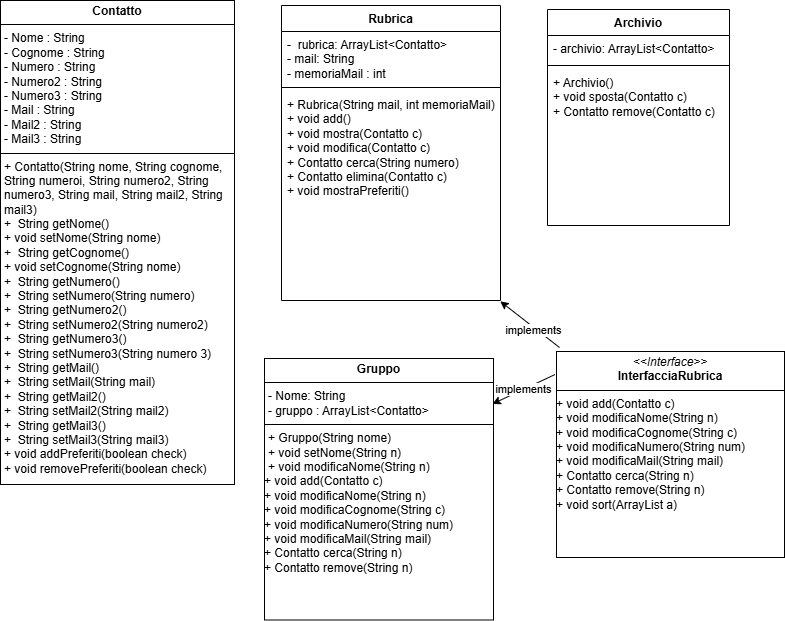
The draw.io diagram Design/ClassiPazze.drawio.png in VinSVinS00/Programmi-pazzi, before a commit. Source tidied: cells renumbered, new cells last; positions are measured from the earlier drawing's top-left corner, leaving out a move shared by most shapes.
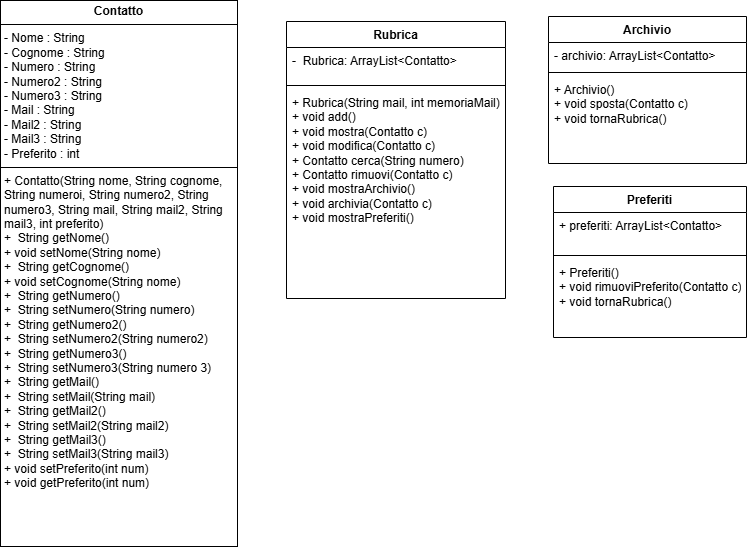
After the change.

Commit message:
Aggiornamento delle classi

aggiunta della classe preferiti, rimozione dell'interfaccia e dei gruppi

Change to the diagram source:
```diff
@@ -2,49 +2,44 @@
   <root>
     <mxCell id="0" />
     <mxCell id="1" parent="0" />
-    <mxCell id="2" value="&lt;p style=&quot;margin:0px;margin-top:4px;text-align:center;&quot;&gt;&lt;b&gt;Contatto&lt;/b&gt;&lt;/p&gt;&lt;hr size=&quot;1&quot; style=&quot;border-style:solid;&quot;&gt;&lt;p style=&quot;margin:0px;margin-left:4px;&quot;&gt;- Nome : String&lt;/p&gt;&lt;p style=&quot;margin:0px;margin-left:4px;&quot;&gt;- Cognome : String&lt;/p&gt;&lt;p style=&quot;margin:0px;margin-left:4px;&quot;&gt;- Numero : String&lt;/p&gt;&lt;p style=&quot;margin: 0px 0px 0px 4px;&quot;&gt;- Numero2 : String&lt;/p&gt;&lt;div&gt;&lt;p style=&quot;margin: 0px 0px 0px 4px;&quot;&gt;- Numero3 : String&lt;/p&gt;&lt;/div&gt;&lt;div&gt;&lt;p style=&quot;margin: 0px 0px 0px 4px;&quot;&gt;- Mail : String&lt;/p&gt;&lt;p style=&quot;margin: 0px 0px 0px 4px;&quot;&gt;&lt;span style=&quot;background-color: initial;&quot;&gt;- Mail2 : String&lt;/span&gt;&lt;/p&gt;&lt;/div&gt;&lt;p style=&quot;margin: 0px 0px 0px 4px;&quot;&gt;- Mail3 : String&lt;/p&gt;&lt;hr size=&quot;1&quot; style=&quot;border-style:solid;&quot;&gt;&lt;p style=&quot;margin:0px;margin-left:4px;&quot;&gt;+ Contatto(String nome, String cognome, String numeroi, String numero2, String numero3, String mail, String mail2, String mail3)&amp;nbsp;&lt;/p&gt;&lt;p style=&quot;margin:0px;margin-left:4px;&quot;&gt;+&amp;nbsp; String getNome()&lt;/p&gt;&lt;p style=&quot;margin:0px;margin-left:4px;&quot;&gt;+ void setNome(String nome)&lt;/p&gt;&lt;p style=&quot;margin: 0px 0px 0px 4px;&quot;&gt;+&amp;nbsp; String getCognome()&lt;/p&gt;&lt;p style=&quot;margin: 0px 0px 0px 4px;&quot;&gt;+ void setCognome(String nome)&lt;/p&gt;&lt;p style=&quot;margin: 0px 0px 0px 4px;&quot;&gt;+&amp;nbsp; String getNumero()&lt;/p&gt;&lt;p style=&quot;margin: 0px 0px 0px 4px;&quot;&gt;+&amp;nbsp; String setNumero(String numero)&lt;/p&gt;&lt;p style=&quot;margin: 0px 0px 0px 4px;&quot;&gt;+&amp;nbsp; String getNumero2()&lt;/p&gt;&lt;p style=&quot;margin: 0px 0px 0px 4px;&quot;&gt;+&amp;nbsp; String setNumero2(String numero2)&lt;/p&gt;&lt;p style=&quot;margin: 0px 0px 0px 4px;&quot;&gt;+&amp;nbsp; String getNumero3()&lt;/p&gt;&lt;p style=&quot;margin: 0px 0px 0px 4px;&quot;&gt;&lt;span style=&quot;background-color: initial;&quot;&gt;+&amp;nbsp; String setNumero3(String numero 3)&lt;/span&gt;&lt;/p&gt;&lt;p style=&quot;margin: 0px 0px 0px 4px;&quot;&gt;+&amp;nbsp; String getMail()&lt;/p&gt;&lt;p style=&quot;margin: 0px 0px 0px 4px;&quot;&gt;+&amp;nbsp; String setMail(String mail)&lt;/p&gt;&lt;p style=&quot;margin: 0px 0px 0px 4px;&quot;&gt;+&amp;nbsp; String getMail2()&lt;/p&gt;&lt;p style=&quot;margin: 0px 0px 0px 4px;&quot;&gt;+&amp;nbsp; String setMail2(String mail2)&lt;/p&gt;&lt;p style=&quot;margin: 0px 0px 0px 4px;&quot;&gt;+&amp;nbsp; String getMail3()&lt;/p&gt;&lt;p style=&quot;margin: 0px 0px 0px 4px;&quot;&gt;+&amp;nbsp; String setMail3(String mail3)&lt;/p&gt;&lt;p style=&quot;margin: 0px 0px 0px 4px;&quot;&gt;+ void addPreferiti(boolean check)&lt;/p&gt;&lt;p style=&quot;margin: 0px 0px 0px 4px;&quot;&gt;+ void removePreferiti(boolean check)&lt;/p&gt;&lt;p style=&quot;margin: 0px 0px 0px 4px;&quot;&gt;&lt;br&gt;&lt;/p&gt;" style="verticalAlign=top;align=left;overflow=fill;html=1;whiteSpace=wrap;" parent="1" vertex="1">
-      <mxGeometry width="234" height="484" as="geometry" />
+    <mxCell id="2" value="&lt;p style=&quot;margin:0px;margin-top:4px;text-align:center;&quot;&gt;&lt;b&gt;Contatto&lt;/b&gt;&lt;/p&gt;&lt;hr size=&quot;1&quot; style=&quot;border-style:solid;&quot;&gt;&lt;p style=&quot;margin:0px;margin-left:4px;&quot;&gt;- Nome : String&lt;/p&gt;&lt;p style=&quot;margin:0px;margin-left:4px;&quot;&gt;- Cognome : String&lt;/p&gt;&lt;p style=&quot;margin:0px;margin-left:4px;&quot;&gt;- Numero : String&lt;/p&gt;&lt;p style=&quot;margin: 0px 0px 0px 4px;&quot;&gt;- Numero2 : String&lt;/p&gt;&lt;div&gt;&lt;p style=&quot;margin: 0px 0px 0px 4px;&quot;&gt;- Numero3 : String&lt;/p&gt;&lt;/div&gt;&lt;div&gt;&lt;p style=&quot;margin: 0px 0px 0px 4px;&quot;&gt;- Mail : String&lt;/p&gt;&lt;p style=&quot;margin: 0px 0px 0px 4px;&quot;&gt;&lt;span style=&quot;background-color: initial;&quot;&gt;- Mail2 : String&lt;/span&gt;&lt;/p&gt;&lt;/div&gt;&lt;p style=&quot;margin: 0px 0px 0px 4px;&quot;&gt;- Mail3 : String&lt;/p&gt;&lt;p style=&quot;margin: 0px 0px 0px 4px;&quot;&gt;- Preferito : int&lt;/p&gt;&lt;hr size=&quot;1&quot; style=&quot;border-style:solid;&quot;&gt;&lt;p style=&quot;margin:0px;margin-left:4px;&quot;&gt;+ Contatto(String nome, String cognome, String numeroi, String numero2, String numero3, String mail, String mail2, String mail3, int preferito)&amp;nbsp;&lt;/p&gt;&lt;p style=&quot;margin:0px;margin-left:4px;&quot;&gt;+&amp;nbsp; String getNome()&lt;/p&gt;&lt;p style=&quot;margin:0px;margin-left:4px;&quot;&gt;+ void setNome(String nome)&lt;/p&gt;&lt;p style=&quot;margin: 0px 0px 0px 4px;&quot;&gt;+&amp;nbsp; String getCognome()&lt;/p&gt;&lt;p style=&quot;margin: 0px 0px 0px 4px;&quot;&gt;+ void setCognome(String nome)&lt;/p&gt;&lt;p style=&quot;margin: 0px 0px 0px 4px;&quot;&gt;+&amp;nbsp; String getNumero()&lt;/p&gt;&lt;p style=&quot;margin: 0px 0px 0px 4px;&quot;&gt;+&amp;nbsp; String setNumero(String numero)&lt;/p&gt;&lt;p style=&quot;margin: 0px 0px 0px 4px;&quot;&gt;+&amp;nbsp; String getNumero2()&lt;/p&gt;&lt;p style=&quot;margin: 0px 0px 0px 4px;&quot;&gt;+&amp;nbsp; String setNumero2(String numero2)&lt;/p&gt;&lt;p style=&quot;margin: 0px 0px 0px 4px;&quot;&gt;+&amp;nbsp; String getNumero3()&lt;/p&gt;&lt;p style=&quot;margin: 0px 0px 0px 4px;&quot;&gt;&lt;span style=&quot;background-color: initial;&quot;&gt;+&amp;nbsp; String setNumero3(String numero 3)&lt;/span&gt;&lt;/p&gt;&lt;p style=&quot;margin: 0px 0px 0px 4px;&quot;&gt;+&amp;nbsp; String getMail()&lt;/p&gt;&lt;p style=&quot;margin: 0px 0px 0px 4px;&quot;&gt;+&amp;nbsp; String setMail(String mail)&lt;/p&gt;&lt;p style=&quot;margin: 0px 0px 0px 4px;&quot;&gt;+&amp;nbsp; String getMail2()&lt;/p&gt;&lt;p style=&quot;margin: 0px 0px 0px 4px;&quot;&gt;+&amp;nbsp; String setMail2(String mail2)&lt;/p&gt;&lt;p style=&quot;margin: 0px 0px 0px 4px;&quot;&gt;+&amp;nbsp; String getMail3()&lt;/p&gt;&lt;p style=&quot;margin: 0px 0px 0px 4px;&quot;&gt;+&amp;nbsp; String setMail3(String mail3)&lt;/p&gt;&lt;p style=&quot;margin: 0px 0px 0px 4px;&quot;&gt;+ void setPreferito(int num)&lt;/p&gt;&lt;p style=&quot;margin: 0px 0px 0px 4px;&quot;&gt;+ void getPreferito(int num)&lt;/p&gt;&lt;p style=&quot;margin: 0px 0px 0px 4px;&quot;&gt;&lt;br&gt;&lt;/p&gt;" style="verticalAlign=top;align=left;overflow=fill;html=1;whiteSpace=wrap;" parent="1" vertex="1">
+      <mxGeometry x="-3" width="237" height="546" as="geometry" />
     </mxCell>
     <mxCell id="3" value="Rubrica" style="swimlane;fontStyle=1;align=center;verticalAlign=top;horizontal=1;startSize=26;whiteSpace=wrap;html=1;" parent="1" vertex="1">
-      <mxGeometry x="281" y="5" width="219" height="295" as="geometry" />
+      <mxGeometry x="283" y="21" width="219" height="277" as="geometry" />
     </mxCell>
-    <mxCell id="4" value="-&amp;nbsp; rubrica: ArrayList&amp;lt;Contatto&amp;gt;&lt;div&gt;- mail: String&lt;/div&gt;&lt;div&gt;- memoriaMail : int&lt;br&gt;&lt;div&gt;&lt;div&gt;&lt;br&gt;&lt;/div&gt;&lt;/div&gt;&lt;/div&gt;" style="text;strokeColor=none;fillColor=none;align=left;verticalAlign=top;spacingLeft=4;spacingRight=4;overflow=hidden;whiteSpace=wrap;html=1;" parent="3" vertex="1">
-      <mxGeometry y="26" width="219" height="52" as="geometry" />
+    <mxCell id="4" value="-&amp;nbsp; Rubrica: ArrayList&amp;lt;Contatto&amp;gt;&lt;div&gt;&lt;div&gt;&lt;div&gt;&lt;br&gt;&lt;/div&gt;&lt;/div&gt;&lt;/div&gt;" style="text;strokeColor=none;fillColor=none;align=left;verticalAlign=top;spacingLeft=4;spacingRight=4;overflow=hidden;whiteSpace=wrap;html=1;" parent="3" vertex="1">
+      <mxGeometry y="26" width="219" height="34" as="geometry" />
     </mxCell>
     <mxCell id="5" style="line;strokeWidth=1;fillColor=none;align=left;verticalAlign=middle;spacingTop=-1;spacingLeft=3;spacingRight=3;labelPosition=right;strokeColor=inherit;" parent="3" vertex="1">
-      <mxGeometry y="78" width="219" height="8" as="geometry" />
+      <mxGeometry y="60" width="219" height="8" as="geometry" />
     </mxCell>
-    <mxCell id="6" value="&lt;div&gt;+ Rubrica(String mail, int memoriaMail)&lt;/div&gt;&lt;div&gt;&lt;div&gt;+ void add()&lt;/div&gt;&lt;/div&gt;&lt;div&gt;+ void mostra(Contatto c)&lt;/div&gt;&lt;div&gt;+ void modifica(Contatto c)&lt;/div&gt;&lt;div&gt;+ Contatto cerca(String numero)&lt;/div&gt;&lt;div&gt;+ Contatto elimina(Contatto c)&lt;/div&gt;&lt;div&gt;+ void mostraPreferiti()&lt;/div&gt;" style="text;strokeColor=none;fillColor=none;align=left;verticalAlign=top;spacingLeft=4;spacingRight=4;overflow=hidden;points=[[0,0.5],[1,0.5]];portConstraint=eastwest;whiteSpace=wrap;html=1;" parent="3" vertex="1">
-      <mxGeometry y="86" width="219" height="209" as="geometry" />
+    <mxCell id="6" value="&lt;div&gt;+ Rubrica(String mail, int memoriaMail)&lt;/div&gt;&lt;div&gt;&lt;div&gt;+ void add()&lt;/div&gt;&lt;/div&gt;&lt;div&gt;+ void mostra(Contatto c)&lt;/div&gt;&lt;div&gt;+ void modifica(Contatto c)&lt;/div&gt;&lt;div&gt;+ Contatto cerca(String numero)&lt;/div&gt;&lt;div&gt;+ Contatto rimuovi(Contatto c)&lt;/div&gt;&lt;div&gt;+ void mostraArchivio()&lt;/div&gt;&lt;div&gt;+ void archivia(Contatto c)&lt;/div&gt;&lt;div&gt;+ void mostraPreferiti()&lt;/div&gt;" style="text;strokeColor=none;fillColor=none;align=left;verticalAlign=top;spacingLeft=4;spacingRight=4;overflow=hidden;points=[[0,0.5],[1,0.5]];portConstraint=eastwest;whiteSpace=wrap;html=1;" parent="3" vertex="1">
+      <mxGeometry y="68" width="219" height="209" as="geometry" />
     </mxCell>
     <mxCell id="7" value="Archivio" style="swimlane;fontStyle=1;align=center;verticalAlign=top;horizontal=1;startSize=26;whiteSpace=wrap;html=1;" parent="1" vertex="1">
-      <mxGeometry x="547" y="9" width="182" height="216" as="geometry" />
+      <mxGeometry x="545" y="16" width="198" height="147" as="geometry" />
     </mxCell>
     <mxCell id="8" value="- archivio: ArrayList&amp;lt;Contatto&amp;gt;" style="text;strokeColor=none;fillColor=none;align=left;verticalAlign=top;spacingLeft=4;spacingRight=4;overflow=hidden;whiteSpace=wrap;html=1;" parent="7" vertex="1">
-      <mxGeometry y="26" width="182" height="26" as="geometry" />
+      <mxGeometry y="26" width="198" height="26" as="geometry" />
     </mxCell>
     <mxCell id="9" style="line;strokeWidth=1;fillColor=none;align=left;verticalAlign=middle;spacingTop=-1;spacingLeft=3;spacingRight=3;labelPosition=right;strokeColor=inherit;" parent="7" vertex="1">
-      <mxGeometry y="52" width="182" height="8" as="geometry" />
+      <mxGeometry y="52" width="198" height="8" as="geometry" />
     </mxCell>
-    <mxCell id="10" value="+ Archivio()&lt;div&gt;+ void sposta(Contatto c)&lt;/div&gt;&lt;div&gt;+ Contatto remove(Contatto c)&lt;/div&gt;" style="text;strokeColor=none;fillColor=none;align=left;verticalAlign=top;spacingLeft=4;spacingRight=4;overflow=hidden;whiteSpace=wrap;html=1;" parent="7" vertex="1">
-      <mxGeometry y="60" width="182" height="156" as="geometry" />
+    <mxCell id="10" value="+ Archivio()&lt;div&gt;+ void sposta(Contatto c)&lt;/div&gt;&lt;div&gt;+ void tornaRubrica()&lt;/div&gt;" style="text;strokeColor=none;fillColor=none;align=left;verticalAlign=top;spacingLeft=4;spacingRight=4;overflow=hidden;whiteSpace=wrap;html=1;" parent="7" vertex="1">
+      <mxGeometry y="60" width="198" height="87" as="geometry" />
     </mxCell>
-    <mxCell id="11" value="&lt;p style=&quot;margin:0px;margin-top:4px;text-align:center;&quot;&gt;&lt;b&gt;Gruppo&lt;/b&gt;&lt;/p&gt;&lt;hr size=&quot;1&quot; style=&quot;border-style:solid;&quot;&gt;&lt;p style=&quot;margin:0px;margin-left:4px;&quot;&gt;- Nome: String&lt;/p&gt;&lt;p style=&quot;margin:0px;margin-left:4px;&quot;&gt;- gruppo : ArrayList&amp;lt;Contatto&amp;gt;&lt;/p&gt;&lt;hr size=&quot;1&quot; style=&quot;border-style:solid;&quot;&gt;&lt;p style=&quot;margin:0px;margin-left:4px;&quot;&gt;+ Gruppo(String nome)&lt;/p&gt;&lt;p style=&quot;margin:0px;margin-left:4px;&quot;&gt;+ void setNome(String n)&lt;/p&gt;&lt;p style=&quot;margin:0px;margin-left:4px;&quot;&gt;+ void modificaNome(String n)&lt;/p&gt;&lt;div&gt;&lt;span style=&quot;background-color: initial;&quot;&gt;+ void add(Contatto c)&lt;/span&gt;&lt;/div&gt;&lt;div&gt;+ void modificaNome(String n)&lt;/div&gt;&lt;div&gt;+ void modificaCognome(String c)&lt;/div&gt;&lt;div&gt;+ void modificaNumero(String num)&lt;/div&gt;&lt;div&gt;+ void modificaMail(String mail)&lt;/div&gt;&lt;div&gt;+ Contatto cerca(String n)&lt;/div&gt;&lt;div&gt;+ Contatto remove(String n)&lt;/div&gt;" style="verticalAlign=top;align=left;overflow=fill;html=1;whiteSpace=wrap;" parent="1" vertex="1">
-      <mxGeometry x="264" y="358" width="229" height="261.5" as="geometry" />
-    </mxCell>
-    <mxCell id="12" value="&lt;p style=&quot;margin:0px;margin-top:4px;text-align:center;&quot;&gt;&lt;i&gt;&amp;lt;&amp;lt;Interface&amp;gt;&amp;gt;&lt;/i&gt;&lt;br&gt;&lt;b&gt;InterfacciaRubrica&lt;/b&gt;&lt;/p&gt;&lt;hr size=&quot;1&quot; style=&quot;border-style:solid;&quot;&gt;&lt;div&gt;&lt;span style=&quot;background-color: initial;&quot;&gt;+ void add(Contatto c)&lt;/span&gt;&lt;/div&gt;&lt;div&gt;+ void modificaNome(String n)&lt;/div&gt;&lt;div&gt;+ void modificaCognome(String c)&lt;/div&gt;&lt;div&gt;+ void modificaNumero(String num)&lt;/div&gt;&lt;div&gt;+ void modificaMail(String mail)&lt;/div&gt;&lt;div&gt;+ Contatto cerca(String n)&lt;/div&gt;&lt;div&gt;+ Contatto remove(String n)&lt;/div&gt;&lt;div&gt;+ void sort(ArrayList a)&lt;/div&gt;" style="verticalAlign=top;align=left;overflow=fill;html=1;whiteSpace=wrap;" parent="1" vertex="1">
-      <mxGeometry x="556" y="351" width="228" height="206" as="geometry" />
-    </mxCell>
-    <mxCell id="13" style="endArrow=classic;html=1;rounded=0;entryX=0.999;entryY=1.004;entryDx=0;entryDy=0;entryPerimeter=0;" parent="1" edge="1" target="6">
-      <mxGeometry relative="1" as="geometry">
-        <mxPoint x="559" y="347" as="sourcePoint" />
-      </mxGeometry>
-    </mxCell>
-    <mxCell id="14" value="implements" style="edgeLabel;html=1;align=center;verticalAlign=middle;" parent="13" vertex="1">
-      <mxGeometry x="-0.16" y="2" relative="1" as="geometry" />
-    </mxCell>
-    <mxCell id="15" value="implements" style="endArrow=classic;html=1;rounded=0;entryX=0.995;entryY=0.174;entryDx=0;entryDy=0;entryPerimeter=0;exitX=-0.007;exitY=0.112;exitDx=0;exitDy=0;exitPerimeter=0;" parent="1" edge="1" source="12" target="11">
-      <mxGeometry relative="1" as="geometry" />
-    </mxCell>
+    <mxCell id="16" value="Preferiti" style="swimlane;fontStyle=1;align=center;verticalAlign=top;horizontal=1;startSize=26;whiteSpace=wrap;html=1;" parent="1" vertex="1">
+      <mxGeometry x="550" y="186" width="193" height="151" as="geometry" />
+    </mxCell>
+    <mxCell id="17" value="+ preferiti: ArrayList&amp;lt;Contatto&amp;gt;" style="text;strokeColor=none;fillColor=none;align=left;verticalAlign=top;spacingLeft=4;spacingRight=4;overflow=hidden;whiteSpace=wrap;html=1;" parent="16" vertex="1">
+      <mxGeometry y="26" width="193" height="39" as="geometry" />
+    </mxCell>
+    <mxCell id="18" style="line;strokeWidth=1;fillColor=none;align=left;verticalAlign=middle;spacingTop=-1;spacingLeft=3;spacingRight=3;labelPosition=right;strokeColor=inherit;" parent="16" vertex="1">
+      <mxGeometry y="65" width="193" height="8" as="geometry" />
+    </mxCell>
+    <mxCell id="19" value="+ Preferiti()&lt;div&gt;+ void rimuoviPreferito(Contatto c)&lt;/div&gt;&lt;div&gt;+ void tornaRubrica()&lt;/div&gt;" style="text;strokeColor=none;fillColor=none;align=left;verticalAlign=top;spacingLeft=4;spacingRight=4;overflow=hidden;whiteSpace=wrap;html=1;" parent="16" vertex="1">
+      <mxGeometry y="73" width="193" height="78" as="geometry" />
+    </mxCell>
   </root>
 </mxGraphModel>
```
